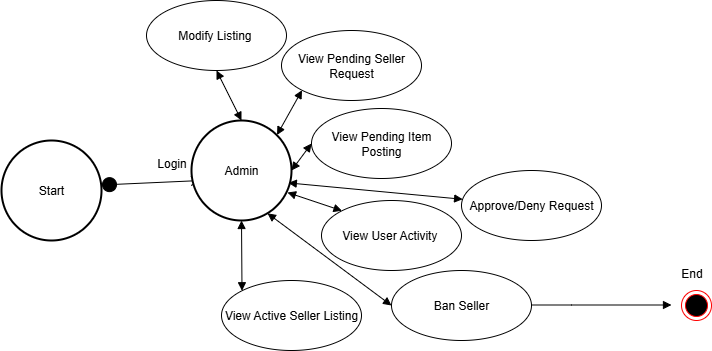
The draw.io diagram SRS Documents/User Story Diagrams/State Diagram - 6.png in TagReaper/CSE-4214-03-Lab-Project, before a commit. Source tidied: cells renumbered, new cells last; positions are measured from the earlier drawing's top-left corner, leaving out a move shared by most shapes. The source it was exported from:
```xml
<mxGraphModel>
  <root>
    <mxCell id="0" />
    <mxCell id="1" parent="0" />
    <mxCell id="2" value="View Pending Seller Request" style="ellipse;whiteSpace=wrap;html=1;" parent="1" vertex="1">
      <mxGeometry x="280" y="30" width="140" height="70" as="geometry" />
    </mxCell>
    <mxCell id="3" value="View Pending Item Posting" style="ellipse;whiteSpace=wrap;html=1;" parent="1" vertex="1">
      <mxGeometry x="310" y="108" width="140" height="70" as="geometry" />
    </mxCell>
    <mxCell id="4" value="View User Activity&amp;nbsp;" style="ellipse;whiteSpace=wrap;html=1;" parent="1" vertex="1">
      <mxGeometry x="320" y="200" width="140" height="70" as="geometry" />
    </mxCell>
    <mxCell id="5" value="View Active Seller Listing" style="ellipse;whiteSpace=wrap;html=1;" parent="1" vertex="1">
      <mxGeometry x="220" y="280" width="140" height="70" as="geometry" />
    </mxCell>
    <mxCell id="6" value="Modify Listing&amp;nbsp;" style="ellipse;whiteSpace=wrap;html=1;" parent="1" vertex="1">
      <mxGeometry x="145" width="140" height="70" as="geometry" />
    </mxCell>
    <mxCell id="7" value="Ban Seller" style="ellipse;whiteSpace=wrap;html=1;" parent="1" vertex="1">
      <mxGeometry x="390" y="270" width="140" height="70" as="geometry" />
    </mxCell>
    <mxCell id="8" value="Approve/Deny Request" style="ellipse;whiteSpace=wrap;html=1;" parent="1" vertex="1">
      <mxGeometry x="460" y="170" width="140" height="70" as="geometry" />
    </mxCell>
    <mxCell id="9" style="html=1;verticalAlign=bottom;startArrow=circle;startFill=1;endArrow=open;startSize=6;endSize=8;curved=0;rounded=0;entryX=1.092;entryY=1.067;entryDx=0;entryDy=0;entryPerimeter=0;" parent="1" edge="1" target="11">
      <mxGeometry relative="1" as="geometry">
        <mxPoint x="100" y="184.5" as="sourcePoint" />
      </mxGeometry>
    </mxCell>
    <mxCell id="10" value="Start" style="strokeWidth=2;html=1;shape=mxgraph.flowchart.start_2;whiteSpace=wrap;" parent="1" vertex="1">
      <mxGeometry y="140" width="100" height="100" as="geometry" />
    </mxCell>
    <mxCell id="11" value="Login" style="text;html=1;align=center;verticalAlign=middle;points=[];strokeColor=none;fillColor=none;" parent="1" vertex="1">
      <mxGeometry x="145" y="148" width="50" height="30" as="geometry" />
    </mxCell>
    <mxCell id="12" value="Admin" style="strokeWidth=2;html=1;shape=mxgraph.flowchart.start_2;whiteSpace=wrap;" parent="1" vertex="1">
      <mxGeometry x="190" y="120" width="100" height="100" as="geometry" />
    </mxCell>
    <mxCell id="13" style="html=1;verticalAlign=bottom;endArrow=block;curved=0;rounded=0;" parent="1" edge="1">
      <mxGeometry relative="1" as="geometry">
        <mxPoint x="530" y="304.5" as="sourcePoint" />
        <mxPoint x="670" y="304.5" as="targetPoint" />
        <Array as="points">
          <mxPoint x="570" y="304.5" />
        </Array>
      </mxGeometry>
    </mxCell>
    <mxCell id="14" style="ellipse;html=1;shape=endState;fillColor=#000000;strokeColor=#ff0000;" parent="1" vertex="1">
      <mxGeometry x="680" y="290" width="30" height="30" as="geometry" />
    </mxCell>
    <mxCell id="15" style="endArrow=block;startArrow=block;endFill=1;startFill=1;html=1;rounded=0;exitX=0.855;exitY=0.145;exitDx=0;exitDy=0;exitPerimeter=0;entryX=0;entryY=1;entryDx=0;entryDy=0;" parent="1" edge="1" source="12" target="2">
      <mxGeometry relative="1" as="geometry" />
    </mxCell>
    <mxCell id="16" style="endArrow=block;startArrow=block;endFill=1;startFill=1;html=1;rounded=0;exitX=1;exitY=0.5;exitDx=0;exitDy=0;exitPerimeter=0;entryX=0;entryY=0.5;entryDx=0;entryDy=0;" parent="1" edge="1" source="12" target="3">
      <mxGeometry relative="1" as="geometry" />
    </mxCell>
    <mxCell id="17" style="endArrow=block;startArrow=block;endFill=1;startFill=1;html=1;rounded=0;exitX=0.96;exitY=0.72;exitDx=0;exitDy=0;exitPerimeter=0;entryX=0;entryY=0;entryDx=0;entryDy=0;" parent="1" edge="1" source="12" target="4">
      <mxGeometry relative="1" as="geometry" />
    </mxCell>
    <mxCell id="18" style="endArrow=block;startArrow=block;endFill=1;startFill=1;html=1;rounded=0;exitX=0.5;exitY=1;exitDx=0;exitDy=0;exitPerimeter=0;entryX=0;entryY=0;entryDx=0;entryDy=0;" parent="1" edge="1" source="12" target="5">
      <mxGeometry relative="1" as="geometry" />
    </mxCell>
    <mxCell id="19" style="endArrow=block;startArrow=block;endFill=1;startFill=1;html=1;rounded=0;exitX=0.5;exitY=0;exitDx=0;exitDy=0;exitPerimeter=0;entryX=0.5;entryY=1;entryDx=0;entryDy=0;" parent="1" edge="1" source="12" target="6">
      <mxGeometry relative="1" as="geometry" />
    </mxCell>
    <mxCell id="20" style="endArrow=block;startArrow=block;endFill=1;startFill=1;html=1;rounded=0;exitX=0.76;exitY=0.928;exitDx=0;exitDy=0;exitPerimeter=0;entryX=0;entryY=0.5;entryDx=0;entryDy=0;" parent="1" edge="1" source="12" target="7">
      <mxGeometry relative="1" as="geometry" />
    </mxCell>
    <mxCell id="21" style="endArrow=block;startArrow=block;endFill=1;startFill=1;html=1;rounded=0;exitX=0.968;exitY=0.624;exitDx=0;exitDy=0;exitPerimeter=0;" parent="1" edge="1" source="12" target="8">
      <mxGeometry relative="1" as="geometry" />
    </mxCell>
    <mxCell id="22" value="End" style="text;html=1;align=center;verticalAlign=middle;strokeColor=none;fillColor=none;" parent="1" vertex="1">
      <mxGeometry x="670" y="258" width="40" height="30" as="geometry" />
    </mxCell>
  </root>
</mxGraphModel>
```
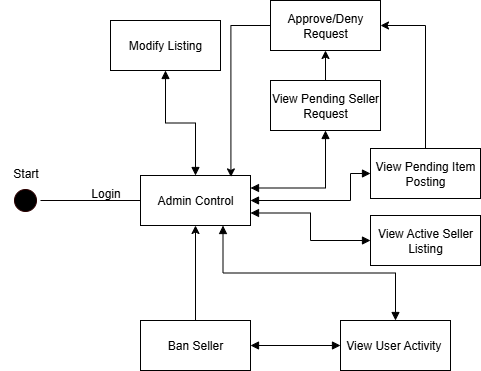
The same file after the commit.

The edit, as a diff of the source:
```diff
@@ -2,76 +2,78 @@
   <root>
     <mxCell id="0" />
     <mxCell id="1" parent="0" />
-    <mxCell id="2" value="View Pending Seller Request" style="ellipse;whiteSpace=wrap;html=1;" parent="1" vertex="1">
-      <mxGeometry x="280" y="30" width="140" height="70" as="geometry" />
-    </mxCell>
-    <mxCell id="3" value="View Pending Item Posting" style="ellipse;whiteSpace=wrap;html=1;" parent="1" vertex="1">
-      <mxGeometry x="310" y="108" width="140" height="70" as="geometry" />
-    </mxCell>
-    <mxCell id="4" value="View User Activity&amp;nbsp;" style="ellipse;whiteSpace=wrap;html=1;" parent="1" vertex="1">
-      <mxGeometry x="320" y="200" width="140" height="70" as="geometry" />
-    </mxCell>
-    <mxCell id="5" value="View Active Seller Listing" style="ellipse;whiteSpace=wrap;html=1;" parent="1" vertex="1">
-      <mxGeometry x="220" y="280" width="140" height="70" as="geometry" />
-    </mxCell>
-    <mxCell id="6" value="Modify Listing&amp;nbsp;" style="ellipse;whiteSpace=wrap;html=1;" parent="1" vertex="1">
-      <mxGeometry x="145" width="140" height="70" as="geometry" />
-    </mxCell>
-    <mxCell id="7" value="Ban Seller" style="ellipse;whiteSpace=wrap;html=1;" parent="1" vertex="1">
-      <mxGeometry x="390" y="270" width="140" height="70" as="geometry" />
-    </mxCell>
-    <mxCell id="8" value="Approve/Deny Request" style="ellipse;whiteSpace=wrap;html=1;" parent="1" vertex="1">
-      <mxGeometry x="460" y="170" width="140" height="70" as="geometry" />
-    </mxCell>
-    <mxCell id="9" style="html=1;verticalAlign=bottom;startArrow=circle;startFill=1;endArrow=open;startSize=6;endSize=8;curved=0;rounded=0;entryX=1.092;entryY=1.067;entryDx=0;entryDy=0;entryPerimeter=0;" parent="1" edge="1" target="11">
-      <mxGeometry relative="1" as="geometry">
-        <mxPoint x="100" y="184.5" as="sourcePoint" />
-      </mxGeometry>
-    </mxCell>
-    <mxCell id="10" value="Start" style="strokeWidth=2;html=1;shape=mxgraph.flowchart.start_2;whiteSpace=wrap;" parent="1" vertex="1">
-      <mxGeometry y="140" width="100" height="100" as="geometry" />
-    </mxCell>
     <mxCell id="11" value="Login" style="text;html=1;align=center;verticalAlign=middle;points=[];strokeColor=none;fillColor=none;" parent="1" vertex="1">
-      <mxGeometry x="145" y="148" width="50" height="30" as="geometry" />
+      <mxGeometry x="110" y="148" width="50" height="30" as="geometry" />
     </mxCell>
-    <mxCell id="12" value="Admin" style="strokeWidth=2;html=1;shape=mxgraph.flowchart.start_2;whiteSpace=wrap;" parent="1" vertex="1">
-      <mxGeometry x="190" y="120" width="100" height="100" as="geometry" />
-    </mxCell>
-    <mxCell id="13" style="html=1;verticalAlign=bottom;endArrow=block;curved=0;rounded=0;" parent="1" edge="1">
-      <mxGeometry relative="1" as="geometry">
-        <mxPoint x="530" y="304.5" as="sourcePoint" />
-        <mxPoint x="670" y="304.5" as="targetPoint" />
-        <Array as="points">
-          <mxPoint x="570" y="304.5" />
-        </Array>
-      </mxGeometry>
-    </mxCell>
-    <mxCell id="14" style="ellipse;html=1;shape=endState;fillColor=#000000;strokeColor=#ff0000;" parent="1" vertex="1">
-      <mxGeometry x="680" y="290" width="30" height="30" as="geometry" />
-    </mxCell>
-    <mxCell id="15" style="endArrow=block;startArrow=block;endFill=1;startFill=1;html=1;rounded=0;exitX=0.855;exitY=0.145;exitDx=0;exitDy=0;exitPerimeter=0;entryX=0;entryY=1;entryDx=0;entryDy=0;" parent="1" edge="1" source="12" target="2">
-      <mxGeometry relative="1" as="geometry" />
-    </mxCell>
-    <mxCell id="16" style="endArrow=block;startArrow=block;endFill=1;startFill=1;html=1;rounded=0;exitX=1;exitY=0.5;exitDx=0;exitDy=0;exitPerimeter=0;entryX=0;entryY=0.5;entryDx=0;entryDy=0;" parent="1" edge="1" source="12" target="3">
-      <mxGeometry relative="1" as="geometry" />
+    <mxCell id="16" style="endArrow=block;startArrow=block;endFill=1;startFill=1;html=1;rounded=0;exitX=1;exitY=0.5;exitDx=0;exitDy=0;entryX=0;entryY=0.5;entryDx=0;entryDy=0;edgeStyle=orthogonalEdgeStyle;" parent="1" edge="1" source="29" target="3">
+      <mxGeometry relative="1" as="geometry">
+        <Array as="points">
+          <mxPoint x="380" y="170" />
+          <mxPoint x="380" y="143" />
+        </Array>
+      </mxGeometry>
     </mxCell>
-    <mxCell id="17" style="endArrow=block;startArrow=block;endFill=1;startFill=1;html=1;rounded=0;exitX=0.96;exitY=0.72;exitDx=0;exitDy=0;exitPerimeter=0;entryX=0;entryY=0;entryDx=0;entryDy=0;" parent="1" edge="1" source="12" target="4">
+    <mxCell id="17" style="endArrow=block;startArrow=block;endFill=1;startFill=1;html=1;rounded=0;exitX=1;exitY=0.75;exitDx=0;exitDy=0;entryX=0;entryY=0.5;entryDx=0;entryDy=0;edgeStyle=orthogonalEdgeStyle;" parent="1" edge="1" source="29" target="5">
       <mxGeometry relative="1" as="geometry" />
     </mxCell>
-    <mxCell id="18" style="endArrow=block;startArrow=block;endFill=1;startFill=1;html=1;rounded=0;exitX=0.5;exitY=1;exitDx=0;exitDy=0;exitPerimeter=0;entryX=0;entryY=0;entryDx=0;entryDy=0;" parent="1" edge="1" source="12" target="5">
-      <mxGeometry relative="1" as="geometry" />
-    </mxCell>
-    <mxCell id="19" style="endArrow=block;startArrow=block;endFill=1;startFill=1;html=1;rounded=0;exitX=0.5;exitY=0;exitDx=0;exitDy=0;exitPerimeter=0;entryX=0.5;entryY=1;entryDx=0;entryDy=0;" parent="1" edge="1" source="12" target="6">
+    <mxCell id="19" style="endArrow=block;startArrow=block;endFill=1;startFill=1;html=1;rounded=0;exitX=0.5;exitY=0;exitDx=0;exitDy=0;entryX=0.5;entryY=1;entryDx=0;entryDy=0;edgeStyle=orthogonalEdgeStyle;" parent="1" edge="1" source="29" target="6">
       <mxGeometry relative="1" as="geometry" />
     </mxCell>
-    <mxCell id="20" style="endArrow=block;startArrow=block;endFill=1;startFill=1;html=1;rounded=0;exitX=0.76;exitY=0.928;exitDx=0;exitDy=0;exitPerimeter=0;entryX=0;entryY=0.5;entryDx=0;entryDy=0;" parent="1" edge="1" source="12" target="7">
+    <mxCell id="20" style="endArrow=block;startArrow=block;endFill=1;startFill=1;html=1;rounded=0;exitX=0.75;exitY=1;exitDx=0;exitDy=0;entryX=0.5;entryY=0;entryDx=0;entryDy=0;edgeStyle=orthogonalEdgeStyle;" parent="1" edge="1" source="29" target="4">
       <mxGeometry relative="1" as="geometry" />
     </mxCell>
-    <mxCell id="21" style="endArrow=block;startArrow=block;endFill=1;startFill=1;html=1;rounded=0;exitX=0.968;exitY=0.624;exitDx=0;exitDy=0;exitPerimeter=0;" parent="1" edge="1" source="12" target="8">
+    <mxCell id="21" style="endArrow=block;startArrow=block;endFill=1;startFill=1;html=1;rounded=0;exitX=1;exitY=0.25;exitDx=0;exitDy=0;entryX=0.5;entryY=1;entryDx=0;entryDy=0;edgeStyle=orthogonalEdgeStyle;" parent="1" edge="1" source="29" target="2">
       <mxGeometry relative="1" as="geometry" />
     </mxCell>
-    <mxCell id="22" value="End" style="text;html=1;align=center;verticalAlign=middle;strokeColor=none;fillColor=none;" parent="1" vertex="1">
-      <mxGeometry x="670" y="258" width="40" height="30" as="geometry" />
-    </mxCell>
+    <mxCell id="6" value="Modify Listing" style="html=1;whiteSpace=wrap;" parent="1" vertex="1">
+      <mxGeometry x="140" y="-10" width="110" height="50" as="geometry" />
+    </mxCell>
+    <mxCell id="23" style="edgeStyle=orthogonalEdgeStyle;rounded=0;jettySize=auto;html=1;entryX=0.5;entryY=1;entryDx=0;entryDy=0;" parent="1" edge="1" source="2" target="8">
+      <mxGeometry relative="1" as="geometry" />
+    </mxCell>
+    <mxCell id="2" value="View Pending Seller Request" style="html=1;whiteSpace=wrap;" parent="1" vertex="1">
+      <mxGeometry x="300" y="50" width="110" height="50" as="geometry" />
+    </mxCell>
+    <mxCell id="24" style="edgeStyle=orthogonalEdgeStyle;rounded=0;jettySize=auto;html=1;entryX=1;entryY=0.5;entryDx=0;entryDy=0;" parent="1" edge="1" source="3" target="8">
+      <mxGeometry relative="1" as="geometry" />
+    </mxCell>
+    <mxCell id="3" value="View Pending Item Posting" style="html=1;whiteSpace=wrap;" parent="1" vertex="1">
+      <mxGeometry x="400" y="118" width="110" height="50" as="geometry" />
+    </mxCell>
+    <mxCell id="8" value="Approve/Deny Request" style="html=1;whiteSpace=wrap;" parent="1" vertex="1">
+      <mxGeometry x="300" y="-30" width="110" height="50" as="geometry" />
+    </mxCell>
+    <mxCell id="4" value="View User Activity&amp;nbsp;" style="html=1;whiteSpace=wrap;" parent="1" vertex="1">
+      <mxGeometry x="370" y="290" width="110" height="50" as="geometry" />
+    </mxCell>
+    <mxCell id="5" value="View Active Seller Listing" style="html=1;whiteSpace=wrap;" parent="1" vertex="1">
+      <mxGeometry x="400" y="185" width="110" height="50" as="geometry" />
+    </mxCell>
+    <mxCell id="25" style="edgeStyle=orthogonalEdgeStyle;rounded=0;jettySize=auto;html=1;entryX=0.5;entryY=1;entryDx=0;entryDy=0;" parent="1" edge="1" source="7" target="29">
+      <mxGeometry relative="1" as="geometry" />
+    </mxCell>
+    <mxCell id="7" value="Ban Seller" style="html=1;whiteSpace=wrap;" parent="1" vertex="1">
+      <mxGeometry x="170" y="290" width="110" height="50" as="geometry" />
+    </mxCell>
+    <mxCell id="26" style="ellipse;html=1;shape=startState;fillColor=#000000;strokeColor=#2B0000;" parent="1" vertex="1">
+      <mxGeometry x="40" y="155" width="30" height="30" as="geometry" />
+    </mxCell>
+    <mxCell id="27" style="edgeStyle=orthogonalEdgeStyle;html=1;verticalAlign=bottom;endArrow=open;endSize=8;strokeColor=#050000;rounded=0;entryX=0;entryY=0.5;entryDx=0;entryDy=0;entryPerimeter=0;" parent="1" edge="1" source="26">
+      <mxGeometry relative="1" as="geometry">
+        <mxPoint x="190" y="170" as="targetPoint" />
+      </mxGeometry>
+    </mxCell>
+    <mxCell id="10" value="Start" style="text;html=1;align=center;verticalAlign=middle;strokeColor=none;fillColor=none;" parent="1" vertex="1">
+      <mxGeometry x="30" y="128" width="50" height="30" as="geometry" />
+    </mxCell>
+    <mxCell id="28" style="endArrow=block;startArrow=block;endFill=1;startFill=1;html=1;rounded=0;exitX=1;exitY=0.5;exitDx=0;exitDy=0;entryX=0;entryY=0.5;entryDx=0;entryDy=0;" parent="1" edge="1" source="7" target="4">
+      <mxGeometry relative="1" as="geometry" />
+    </mxCell>
+    <mxCell id="29" value="Admin Control" style="html=1;whiteSpace=wrap;" parent="1" vertex="1">
+      <mxGeometry x="170" y="145" width="110" height="50" as="geometry" />
+    </mxCell>
+    <mxCell id="30" style="edgeStyle=orthogonalEdgeStyle;rounded=0;jettySize=auto;html=1;entryX=0.822;entryY=0.028;entryDx=0;entryDy=0;entryPerimeter=0;" parent="1" edge="1" source="8" target="29">
+      <mxGeometry relative="1" as="geometry" />
+    </mxCell>
   </root>
 </mxGraphModel>
```
